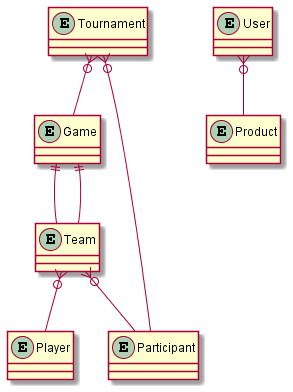
This is documentation/diagramas/model.png from AlejandroOrejudo2000/esports-events-app, a PlantUML export, as it was before one commit. Its source is kept beside it as documentation/model.plantuml. The source it was exported from:
```plantuml
@startuml DATABASE

entity "Team" as tm
entity "Player" as pl
entity "Tournament" as tr
entity "Game" as gm
entity "User" as us
entity "Product" as pr

entity "Participant" as pt

tm }o-- pl
tr }o-- pt
tm }o--pt
tr }o-- gm
gm ||-- tm
gm ||-- tm
us }o-- pr

@enduml
```
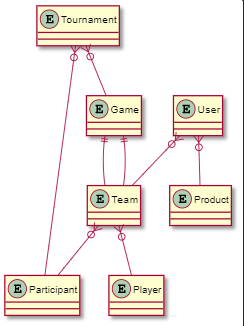
The same file after the commit.

What changed in the source:
```diff
@@ -16,5 +16,6 @@
 gm ||-- tm
 gm ||-- tm
 us }o-- pr
+us }o-- tm
 
 @enduml
```
